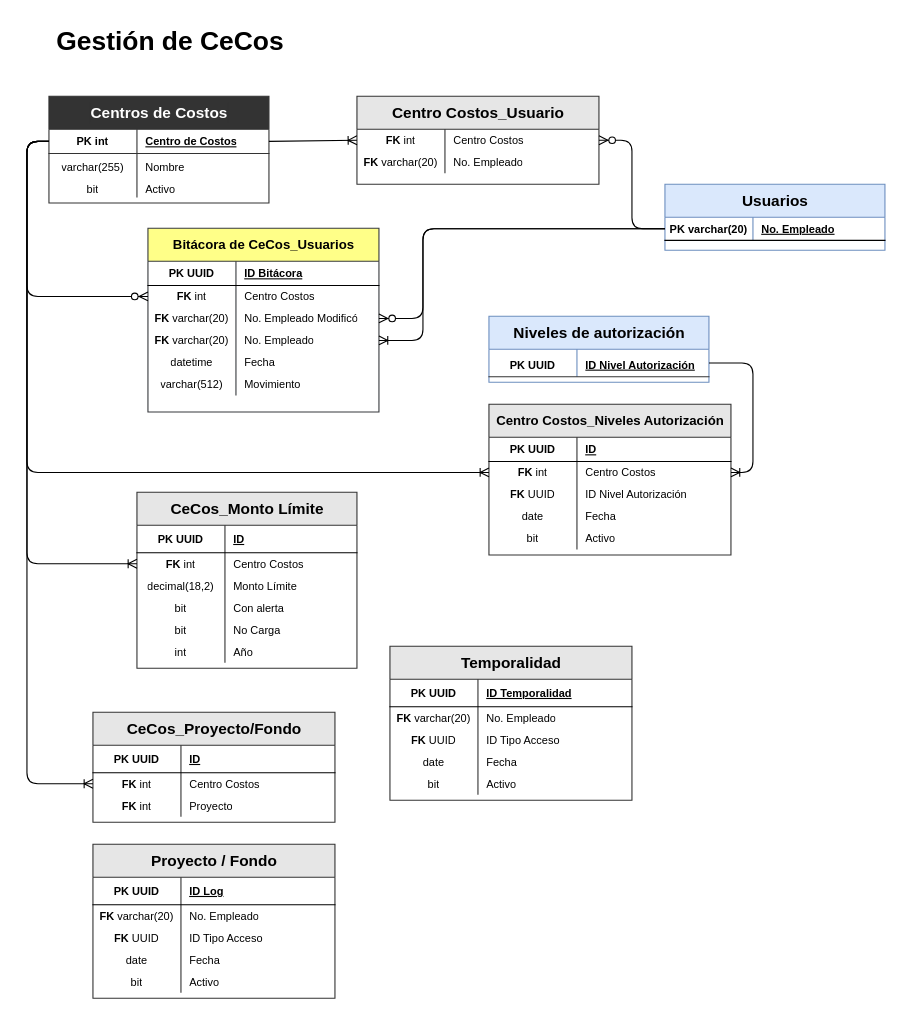
This is page "Gestión de CeCos" (3 of 3) of Untitled Diagram.drawio from Chucho58/gs-aiws, a draw.io file, before an edit. Source tidied: cells renumbered, new cells numbered last; positions are measured from the earlier drawing's top-left corner, leaving out a move shared by most shapes. Both pictures are drawn from the tidied source at 110%, with x=0, y=0 at pixel (26, 19).
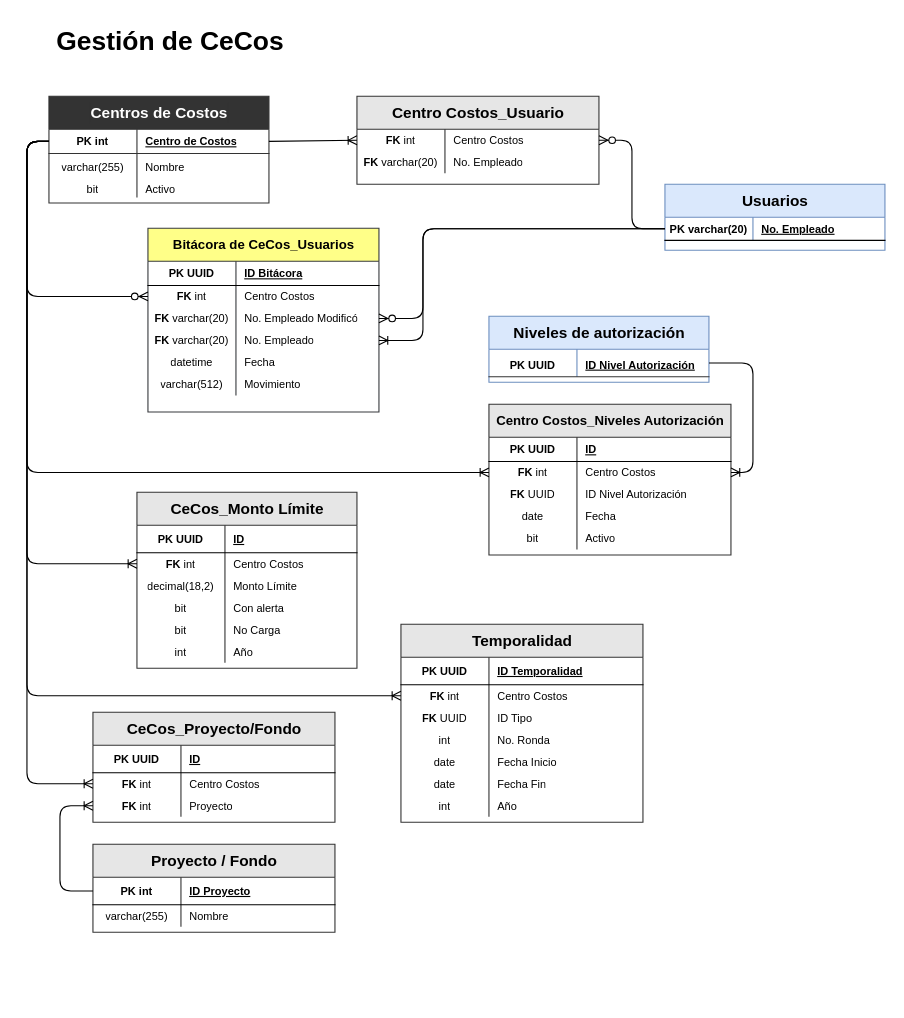
The same page after the edit.

The change refers to these unchanged cells:
```xml
<mxCell id="3" style="shape=tableRow;horizontal=0;startSize=0;swimlaneHead=0;swimlaneBody=0;fillColor=none;points=[[0,0.5],[1,0.5]];portConstraint=eastwest;top=0;left=0;right=0;bottom=1;labelBackgroundColor=none;labelBorderColor=none;fontSize=12;fontColor=#000000;strokeColor=#333333;html=1;" parent="2" vertex="1">
  <mxGeometry y="30" width="200" height="22" as="geometry" />
</mxCell>
<mxCell id="96" style="shape=tableRow;horizontal=0;startSize=0;swimlaneHead=0;swimlaneBody=0;fillColor=none;points=[[0,0.5],[1,0.5]];portConstraint=eastwest;top=0;left=0;right=0;bottom=0;labelBackgroundColor=none;labelBorderColor=#333333;fontSize=12;fontColor=#000000;strokeColor=#333333;html=1;" parent="89" vertex="1">
  <mxGeometry y="75" width="220" height="20" as="geometry" />
</mxCell>
<mxCell id="110" style="shape=tableRow;horizontal=0;startSize=0;swimlaneHead=0;swimlaneBody=0;fillColor=none;top=0;left=0;right=0;bottom=0;labelBackgroundColor=none;labelBorderColor=#333333;fontSize=12;fontColor=#000000;strokeColor=#333333;html=1;" parent="100" vertex="1">
  <mxGeometry y="95" width="220" height="20" as="geometry" />
</mxCell>
<mxCell id="113" style="shape=tableRow;horizontal=0;startSize=0;swimlaneHead=0;swimlaneBody=0;fillColor=none;top=0;left=0;right=0;bottom=0;labelBackgroundColor=none;labelBorderColor=#333333;fontSize=12;fontColor=#000000;strokeColor=#333333;html=1;" parent="100" vertex="1">
  <mxGeometry y="115" width="220" height="20" as="geometry" />
</mxCell>
<mxCell id="118" style="shape=tableRow;horizontal=0;startSize=0;swimlaneHead=0;swimlaneBody=0;fillColor=none;points=[[0,0.5],[1,0.5]];portConstraint=eastwest;top=0;left=0;right=0;bottom=1;fontSize=9;fontColor=#000000;" parent="117" vertex="1">
  <mxGeometry y="30" width="220" height="25" as="geometry" />
</mxCell>
<mxCell id="121" style="shape=tableRow;horizontal=0;startSize=0;swimlaneHead=0;swimlaneBody=0;fillColor=none;top=0;left=0;right=0;bottom=0;labelBackgroundColor=none;labelBorderColor=#333333;fontSize=12;fontColor=#000000;strokeColor=#333333;html=1;" parent="117" vertex="1">
  <mxGeometry y="55" width="220" height="20" as="geometry" />
</mxCell>
```

Change to the diagram source:
```diff
@@
     <mxCell id="100" value="&lt;font style=&quot;font-size: 14px&quot;&gt;Temporalidad&lt;/font&gt;" style="shape=table;startSize=30;childLayout=tableLayout;rowLines=0;fontStyle=1;align=center;labelBackgroundColor=none;labelBorderColor=none;fontSize=12;fontColor=#000000;strokeColor=#333333;fillColor=#E6E6E6;gradientColor=none;html=1;" parent="1" vertex="1">
-      <mxGeometry x="330" y="570" width="220" height="140" as="geometry" />
+      <mxGeometry x="340" y="550" width="220" height="180" as="geometry" />
     </mxCell>
@@
+    <mxCell id="107" style="shape=tableRow;horizontal=0;startSize=0;swimlaneHead=0;swimlaneBody=0;fillColor=none;points=[[0,0.5],[1,0.5]];portConstraint=eastwest;top=0;left=0;right=0;bottom=0;labelBackgroundColor=none;labelBorderColor=#333333;fontSize=12;fontColor=#000000;strokeColor=#333333;html=1;" parent="100" vertex="1">
+      <mxGeometry y="55" width="220" height="20" as="geometry" />
+    </mxCell>
+    <mxCell id="108" value="&lt;font style=&quot;font-size: 10px&quot;&gt;&lt;b&gt;FK&lt;/b&gt;&amp;nbsp;int&lt;/font&gt;" style="shape=partialRectangle;fillColor=none;top=0;left=0;bottom=0;right=0;overflow=hidden;labelBackgroundColor=none;labelBorderColor=none;fontSize=12;fontColor=#000000;strokeColor=#333333;html=1;" parent="107" vertex="1">
+      <mxGeometry width="80" height="20" as="geometry" />
+    </mxCell>
+    <mxCell id="109" value="&lt;font style=&quot;font-size: 10px&quot;&gt;Centro Costos&lt;/font&gt;" style="shape=partialRectangle;fillColor=none;top=0;left=0;bottom=0;right=0;align=left;spacingLeft=6;overflow=hidden;labelBackgroundColor=none;labelBorderColor=none;fontSize=12;fontColor=#000000;strokeColor=#333333;html=1;" parent="107" vertex="1">
+      <mxGeometry x="80" width="140" height="20" as="geometry" />
+    </mxCell>
     <mxCell id="104" style="shape=tableRow;horizontal=0;startSize=0;swimlaneHead=0;swimlaneBody=0;fillColor=none;top=0;left=0;right=0;bottom=0;labelBackgroundColor=none;labelBorderColor=#333333;fontSize=12;fontColor=#000000;strokeColor=#333333;html=1;" parent="100" vertex="1">
-      <mxGeometry y="55" width="220" height="20" as="geometry" />
+      <mxGeometry y="75" width="220" height="20" as="geometry" />
     </mxCell>
-    <mxCell id="105" value="&lt;font style=&quot;font-size: 10px&quot;&gt;&lt;b&gt;FK &lt;/b&gt;varchar(20)&lt;/font&gt;" style="shape=partialRectangle;fillColor=none;top=0;left=0;bottom=0;right=0;overflow=hidden;labelBackgroundColor=none;labelBorderColor=none;fontSize=12;fontColor=#000000;strokeColor=#333333;html=1;" parent="104" vertex="1">
+    <mxCell id="105" value="&lt;font style=&quot;font-size: 10px&quot;&gt;&lt;b&gt;FK &lt;/b&gt;UUID&lt;/font&gt;" style="shape=partialRectangle;fillColor=none;top=0;left=0;bottom=0;right=0;overflow=hidden;labelBackgroundColor=none;labelBorderColor=none;fontSize=12;fontColor=#000000;strokeColor=#333333;html=1;" parent="104" vertex="1">
       <mxGeometry width="80" height="20" as="geometry" />
     </mxCell>
-    <mxCell id="106" value="&lt;font style=&quot;font-size: 10px&quot;&gt;No. Empleado&lt;/font&gt;" style="shape=partialRectangle;fillColor=none;top=0;left=0;bottom=0;right=0;align=left;spacingLeft=6;overflow=hidden;labelBackgroundColor=none;labelBorderColor=none;fontSize=12;fontColor=#000000;strokeColor=#333333;html=1;" parent="104" vertex="1">
+    <mxCell id="106" value="&lt;font style=&quot;font-size: 10px&quot;&gt;ID Tipo&lt;/font&gt;" style="shape=partialRectangle;fillColor=none;top=0;left=0;bottom=0;right=0;align=left;spacingLeft=6;overflow=hidden;labelBackgroundColor=none;labelBorderColor=none;fontSize=12;fontColor=#000000;strokeColor=#333333;html=1;" parent="104" vertex="1">
       <mxGeometry x="80" width="140" height="20" as="geometry" />
     </mxCell>
-    <mxCell id="107" style="shape=tableRow;horizontal=0;startSize=0;swimlaneHead=0;swimlaneBody=0;fillColor=none;points=[[0,0.5],[1,0.5]];portConstraint=eastwest;top=0;left=0;right=0;bottom=0;labelBackgroundColor=none;labelBorderColor=#333333;fontSize=12;fontColor=#000000;strokeColor=#333333;html=1;" parent="100" vertex="1">
-      <mxGeometry y="75" width="220" height="20" as="geometry" />
-    </mxCell>
-    <mxCell id="108" value="&lt;font style=&quot;font-size: 10px&quot;&gt;&lt;b&gt;FK&lt;/b&gt;&amp;nbsp;UUID&lt;/font&gt;" style="shape=partialRectangle;fillColor=none;top=0;left=0;bottom=0;right=0;overflow=hidden;labelBackgroundColor=none;labelBorderColor=none;fontSize=12;fontColor=#000000;strokeColor=#333333;html=1;" parent="107" vertex="1">
-      <mxGeometry width="80" height="20" as="geometry" />
-    </mxCell>
-    <mxCell id="109" value="&lt;font style=&quot;font-size: 10px&quot;&gt;ID Tipo Acceso&lt;/font&gt;" style="shape=partialRectangle;fillColor=none;top=0;left=0;bottom=0;right=0;align=left;spacingLeft=6;overflow=hidden;labelBackgroundColor=none;labelBorderColor=none;fontSize=12;fontColor=#000000;strokeColor=#333333;html=1;" parent="107" vertex="1">
-      <mxGeometry x="80" width="140" height="20" as="geometry" />
-    </mxCell>
@@
-    <mxCell id="111" value="&lt;span style=&quot;font-size: 10px&quot;&gt;date&lt;/span&gt;" style="shape=partialRectangle;fillColor=none;top=0;left=0;bottom=0;right=0;overflow=hidden;labelBackgroundColor=none;labelBorderColor=none;fontSize=12;fontColor=#000000;strokeColor=#333333;html=1;" parent="110" vertex="1">
+    <mxCell id="111" value="&lt;span style=&quot;font-size: 10px&quot;&gt;int&lt;/span&gt;" style="shape=partialRectangle;fillColor=none;top=0;left=0;bottom=0;right=0;overflow=hidden;labelBackgroundColor=none;labelBorderColor=none;fontSize=12;fontColor=#000000;strokeColor=#333333;html=1;" parent="110" vertex="1">
       <mxGeometry width="80" height="20" as="geometry" />
     </mxCell>
-    <mxCell id="112" value="&lt;font style=&quot;font-size: 10px&quot;&gt;Fecha&lt;/font&gt;" style="shape=partialRectangle;fillColor=none;top=0;left=0;bottom=0;right=0;align=left;spacingLeft=6;overflow=hidden;labelBackgroundColor=none;labelBorderColor=none;fontSize=12;fontColor=#000000;strokeColor=#333333;html=1;" parent="110" vertex="1">
+    <mxCell id="112" value="&lt;font style=&quot;font-size: 10px&quot;&gt;No. Ronda&lt;/font&gt;" style="shape=partialRectangle;fillColor=none;top=0;left=0;bottom=0;right=0;align=left;spacingLeft=6;overflow=hidden;labelBackgroundColor=none;labelBorderColor=none;fontSize=12;fontColor=#000000;strokeColor=#333333;html=1;" parent="110" vertex="1">
       <mxGeometry x="80" width="140" height="20" as="geometry" />
     </mxCell>
@@
-    <mxCell id="114" value="&lt;span style=&quot;font-size: 10px&quot;&gt;bit&lt;/span&gt;" style="shape=partialRectangle;fillColor=none;top=0;left=0;bottom=0;right=0;overflow=hidden;labelBackgroundColor=none;labelBorderColor=none;fontSize=12;fontColor=#000000;strokeColor=#333333;html=1;" parent="113" vertex="1">
+    <mxCell id="114" value="&lt;span style=&quot;font-size: 10px&quot;&gt;date&lt;/span&gt;" style="shape=partialRectangle;fillColor=none;top=0;left=0;bottom=0;right=0;overflow=hidden;labelBackgroundColor=none;labelBorderColor=none;fontSize=12;fontColor=#000000;strokeColor=#333333;html=1;" parent="113" vertex="1">
       <mxGeometry width="80" height="20" as="geometry" />
     </mxCell>
-    <mxCell id="115" value="&lt;span style=&quot;font-size: 10px&quot;&gt;Activo&lt;/span&gt;" style="shape=partialRectangle;fillColor=none;top=0;left=0;bottom=0;right=0;align=left;spacingLeft=6;overflow=hidden;labelBackgroundColor=none;labelBorderColor=none;fontSize=12;fontColor=#000000;strokeColor=#333333;html=1;" parent="113" vertex="1">
+    <mxCell id="115" value="&lt;span style=&quot;font-size: 10px&quot;&gt;Fecha Inicio&lt;/span&gt;" style="shape=partialRectangle;fillColor=none;top=0;left=0;bottom=0;right=0;align=left;spacingLeft=6;overflow=hidden;labelBackgroundColor=none;labelBorderColor=none;fontSize=12;fontColor=#000000;strokeColor=#333333;html=1;" parent="113" vertex="1">
       <mxGeometry x="80" width="140" height="20" as="geometry" />
     </mxCell>
+    <mxCell id="133" style="shape=tableRow;horizontal=0;startSize=0;swimlaneHead=0;swimlaneBody=0;fillColor=none;top=0;left=0;right=0;bottom=0;labelBackgroundColor=none;labelBorderColor=#333333;fontSize=12;fontColor=#000000;strokeColor=#333333;html=1;" parent="100" vertex="1">
+      <mxGeometry y="135" width="220" height="20" as="geometry" />
+    </mxCell>
+    <mxCell id="128" value="&lt;span style=&quot;font-size: 10px&quot;&gt;date&lt;/span&gt;" style="shape=partialRectangle;fillColor=none;top=0;left=0;bottom=0;right=0;overflow=hidden;labelBackgroundColor=none;labelBorderColor=none;fontSize=12;fontColor=#000000;strokeColor=#333333;html=1;" parent="133" vertex="1">
+      <mxGeometry width="80" height="20" as="geometry" />
+    </mxCell>
+    <mxCell id="134" value="&lt;span style=&quot;font-size: 10px&quot;&gt;Fecha Fin&lt;/span&gt;" style="shape=partialRectangle;fillColor=none;top=0;left=0;bottom=0;right=0;align=left;spacingLeft=6;overflow=hidden;labelBackgroundColor=none;labelBorderColor=none;fontSize=12;fontColor=#000000;strokeColor=#333333;html=1;" parent="133" vertex="1">
+      <mxGeometry x="80" width="140" height="20" as="geometry" />
+    </mxCell>
+    <mxCell id="135" style="shape=tableRow;horizontal=0;startSize=0;swimlaneHead=0;swimlaneBody=0;fillColor=none;top=0;left=0;right=0;bottom=0;labelBackgroundColor=none;labelBorderColor=#333333;fontSize=12;fontColor=#000000;strokeColor=#333333;html=1;" parent="100" vertex="1">
+      <mxGeometry y="155" width="220" height="20" as="geometry" />
+    </mxCell>
+    <mxCell id="136" value="&lt;span style=&quot;font-size: 10px&quot;&gt;int&lt;/span&gt;" style="shape=partialRectangle;fillColor=none;top=0;left=0;bottom=0;right=0;overflow=hidden;labelBackgroundColor=none;labelBorderColor=none;fontSize=12;fontColor=#000000;strokeColor=#333333;html=1;" parent="135" vertex="1">
+      <mxGeometry width="80" height="20" as="geometry" />
+    </mxCell>
+    <mxCell id="137" value="&lt;span style=&quot;font-size: 10px&quot;&gt;Año&lt;/span&gt;" style="shape=partialRectangle;fillColor=none;top=0;left=0;bottom=0;right=0;align=left;spacingLeft=6;overflow=hidden;labelBackgroundColor=none;labelBorderColor=none;fontSize=12;fontColor=#000000;strokeColor=#333333;html=1;" parent="135" vertex="1">
+      <mxGeometry x="80" width="140" height="20" as="geometry" />
+    </mxCell>
@@
     <mxCell id="117" value="&lt;font style=&quot;font-size: 14px&quot;&gt;Proyecto / Fondo&lt;/font&gt;" style="shape=table;startSize=30;childLayout=tableLayout;rowLines=0;fontStyle=1;align=center;labelBackgroundColor=none;labelBorderColor=none;fontSize=12;fontColor=#000000;strokeColor=#333333;fillColor=#E6E6E6;gradientColor=none;html=1;" parent="1" vertex="1">
-      <mxGeometry x="60" y="750" width="220" height="140" as="geometry" />
+      <mxGeometry x="60" y="750" width="220" height="80" as="geometry" />
     </mxCell>
@@
-    <mxCell id="119" value="PK UUID" style="shape=partialRectangle;fillColor=none;top=0;left=0;bottom=0;right=0;fontStyle=1;overflow=hidden;fontSize=10;fontColor=#000000;" parent="118" vertex="1">
+    <mxCell id="119" value="PK int" style="shape=partialRectangle;fillColor=none;top=0;left=0;bottom=0;right=0;fontStyle=1;overflow=hidden;fontSize=10;fontColor=#000000;" parent="118" vertex="1">
       <mxGeometry width="80" height="25" as="geometry" />
     </mxCell>
-    <mxCell id="120" value="ID Log" style="shape=partialRectangle;fillColor=none;top=0;left=0;bottom=0;right=0;align=left;spacingLeft=6;fontStyle=5;overflow=hidden;fontSize=10;fontColor=#000000;" parent="118" vertex="1">
+    <mxCell id="120" value="ID Proyecto" style="shape=partialRectangle;fillColor=none;top=0;left=0;bottom=0;right=0;align=left;spacingLeft=6;fontStyle=5;overflow=hidden;fontSize=10;fontColor=#000000;" parent="118" vertex="1">
       <mxGeometry x="80" width="140" height="25" as="geometry" />
     </mxCell>
@@
-    <mxCell id="122" value="&lt;font style=&quot;font-size: 10px&quot;&gt;&lt;b&gt;FK &lt;/b&gt;varchar(20)&lt;/font&gt;" style="shape=partialRectangle;fillColor=none;top=0;left=0;bottom=0;right=0;overflow=hidden;labelBackgroundColor=none;labelBorderColor=none;fontSize=12;fontColor=#000000;strokeColor=#333333;html=1;" parent="121" vertex="1">
+    <mxCell id="122" value="&lt;span style=&quot;font-size: 10px&quot;&gt;varchar(255)&lt;/span&gt;" style="shape=partialRectangle;fillColor=none;top=0;left=0;bottom=0;right=0;overflow=hidden;labelBackgroundColor=none;labelBorderColor=none;fontSize=12;fontColor=#000000;strokeColor=#333333;html=1;" parent="121" vertex="1">
       <mxGeometry width="80" height="20" as="geometry" />
     </mxCell>
-    <mxCell id="123" value="&lt;font style=&quot;font-size: 10px&quot;&gt;No. Empleado&lt;/font&gt;" style="shape=partialRectangle;fillColor=none;top=0;left=0;bottom=0;right=0;align=left;spacingLeft=6;overflow=hidden;labelBackgroundColor=none;labelBorderColor=none;fontSize=12;fontColor=#000000;strokeColor=#333333;html=1;" parent="121" vertex="1">
+    <mxCell id="123" value="&lt;font style=&quot;font-size: 10px&quot;&gt;Nombre&lt;/font&gt;" style="shape=partialRectangle;fillColor=none;top=0;left=0;bottom=0;right=0;align=left;spacingLeft=6;overflow=hidden;labelBackgroundColor=none;labelBorderColor=none;fontSize=12;fontColor=#000000;strokeColor=#333333;html=1;" parent="121" vertex="1">
       <mxGeometry x="80" width="140" height="20" as="geometry" />
     </mxCell>
-    <mxCell id="124" style="shape=tableRow;horizontal=0;startSize=0;swimlaneHead=0;swimlaneBody=0;fillColor=none;top=0;left=0;right=0;bottom=0;labelBackgroundColor=none;labelBorderColor=#333333;fontSize=12;fontColor=#000000;strokeColor=#333333;html=1;" parent="117" vertex="1">
-      <mxGeometry y="75" width="220" height="20" as="geometry" />
-    </mxCell>
-    <mxCell id="125" value="&lt;font style=&quot;font-size: 10px&quot;&gt;&lt;b&gt;FK&lt;/b&gt;&amp;nbsp;UUID&lt;/font&gt;" style="shape=partialRectangle;fillColor=none;top=0;left=0;bottom=0;right=0;overflow=hidden;labelBackgroundColor=none;labelBorderColor=none;fontSize=12;fontColor=#000000;strokeColor=#333333;html=1;" parent="124" vertex="1">
-      <mxGeometry width="80" height="20" as="geometry" />
-    </mxCell>
-    <mxCell id="126" value="&lt;font style=&quot;font-size: 10px&quot;&gt;ID Tipo Acceso&lt;/font&gt;" style="shape=partialRectangle;fillColor=none;top=0;left=0;bottom=0;right=0;align=left;spacingLeft=6;overflow=hidden;labelBackgroundColor=none;labelBorderColor=none;fontSize=12;fontColor=#000000;strokeColor=#333333;html=1;" parent="124" vertex="1">
-      <mxGeometry x="80" width="140" height="20" as="geometry" />
-    </mxCell>
-    <mxCell id="127" style="shape=tableRow;horizontal=0;startSize=0;swimlaneHead=0;swimlaneBody=0;fillColor=none;top=0;left=0;right=0;bottom=0;labelBackgroundColor=none;labelBorderColor=#333333;fontSize=12;fontColor=#000000;strokeColor=#333333;html=1;" parent="117" vertex="1">
-      <mxGeometry y="95" width="220" height="20" as="geometry" />
-    </mxCell>
-    <mxCell id="128" value="&lt;span style=&quot;font-size: 10px&quot;&gt;date&lt;/span&gt;" style="shape=partialRectangle;fillColor=none;top=0;left=0;bottom=0;right=0;overflow=hidden;labelBackgroundColor=none;labelBorderColor=none;fontSize=12;fontColor=#000000;strokeColor=#333333;html=1;" parent="127" vertex="1">
-      <mxGeometry width="80" height="20" as="geometry" />
-    </mxCell>
-    <mxCell id="129" value="&lt;font style=&quot;font-size: 10px&quot;&gt;Fecha&lt;/font&gt;" style="shape=partialRectangle;fillColor=none;top=0;left=0;bottom=0;right=0;align=left;spacingLeft=6;overflow=hidden;labelBackgroundColor=none;labelBorderColor=none;fontSize=12;fontColor=#000000;strokeColor=#333333;html=1;" parent="127" vertex="1">
-      <mxGeometry x="80" width="140" height="20" as="geometry" />
-    </mxCell>
-    <mxCell id="130" style="shape=tableRow;horizontal=0;startSize=0;swimlaneHead=0;swimlaneBody=0;fillColor=none;top=0;left=0;right=0;bottom=0;labelBackgroundColor=none;labelBorderColor=#333333;fontSize=12;fontColor=#000000;strokeColor=#333333;html=1;" parent="117" vertex="1">
-      <mxGeometry y="115" width="220" height="20" as="geometry" />
-    </mxCell>
-    <mxCell id="131" value="&lt;span style=&quot;font-size: 10px&quot;&gt;bit&lt;/span&gt;" style="shape=partialRectangle;fillColor=none;top=0;left=0;bottom=0;right=0;overflow=hidden;labelBackgroundColor=none;labelBorderColor=none;fontSize=12;fontColor=#000000;strokeColor=#333333;html=1;" parent="130" vertex="1">
-      <mxGeometry width="80" height="20" as="geometry" />
-    </mxCell>
-    <mxCell id="132" value="&lt;span style=&quot;font-size: 10px&quot;&gt;Activo&lt;/span&gt;" style="shape=partialRectangle;fillColor=none;top=0;left=0;bottom=0;right=0;align=left;spacingLeft=6;overflow=hidden;labelBackgroundColor=none;labelBorderColor=none;fontSize=12;fontColor=#000000;strokeColor=#333333;html=1;" parent="130" vertex="1">
-      <mxGeometry x="80" width="140" height="20" as="geometry" />
-    </mxCell>
+    <mxCell id="138" style="edgeStyle=orthogonalEdgeStyle;fontSize=12;html=1;endArrow=ERoneToMany;rounded=1;sketch=0;endSize=6;sourcePerimeterSpacing=0;targetPerimeterSpacing=0;strokeColor=default;jumpStyle=sharp;jumpSize=0;exitX=0;exitY=0.5;exitDx=0;exitDy=0;entryX=0;entryY=0.5;entryDx=0;entryDy=0;" parent="1" edge="1" source="3" target="107">
+      <mxGeometry relative="1" as="geometry">
+        <Array as="points">
+          <mxPoint y="111" />
+          <mxPoint y="615" />
+        </Array>
+      </mxGeometry>
+    </mxCell>
+    <mxCell id="139" style="edgeStyle=orthogonalEdgeStyle;fontSize=12;html=1;endArrow=ERoneToMany;rounded=1;sketch=0;endSize=6;sourcePerimeterSpacing=0;targetPerimeterSpacing=0;strokeColor=default;jumpStyle=sharp;jumpSize=0;entryX=0;entryY=0.5;entryDx=0;entryDy=0;exitX=0;exitY=0.5;exitDx=0;exitDy=0;" parent="1" edge="1" source="118" target="96">
+      <mxGeometry relative="1" as="geometry">
+        <Array as="points">
+          <mxPoint x="30" y="793" />
+          <mxPoint x="30" y="715" />
+        </Array>
+      </mxGeometry>
+    </mxCell>
```
